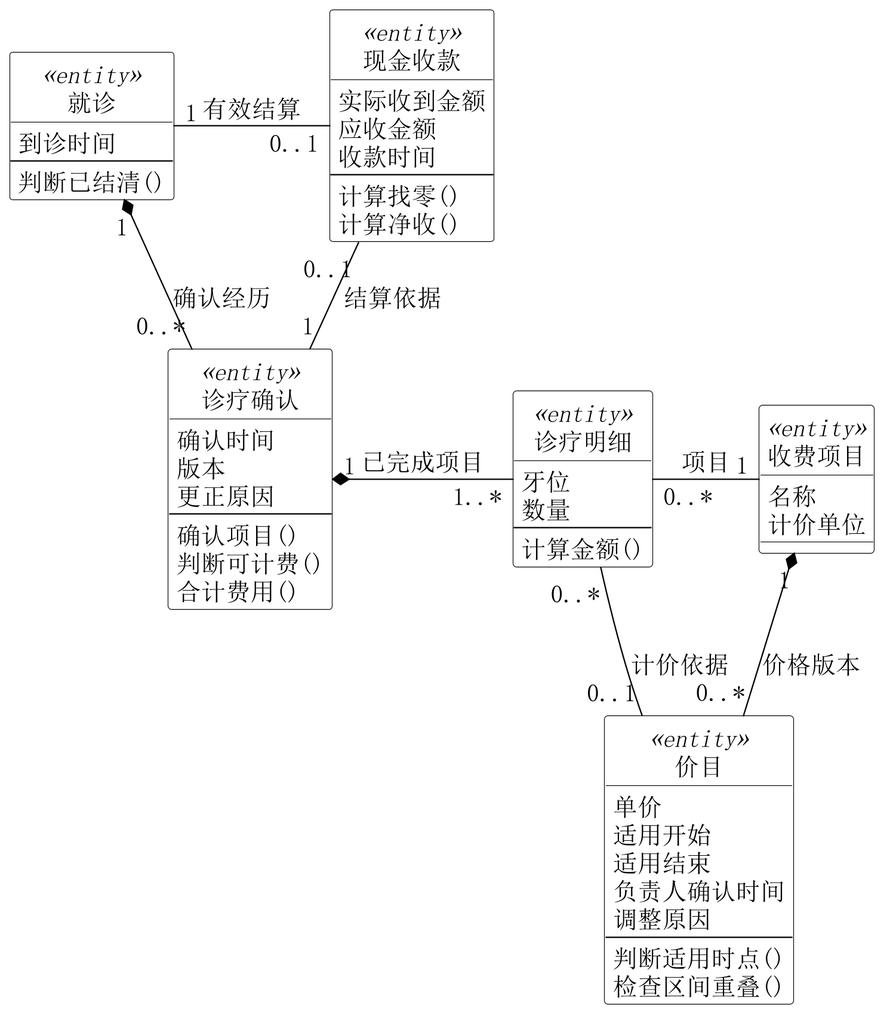
Before: 01-需求文档/diagrams/12-analysis-billing-entities.png, a diagram exported from PlantUML (Shawmc-creator/systemAnalyseAndDesign).
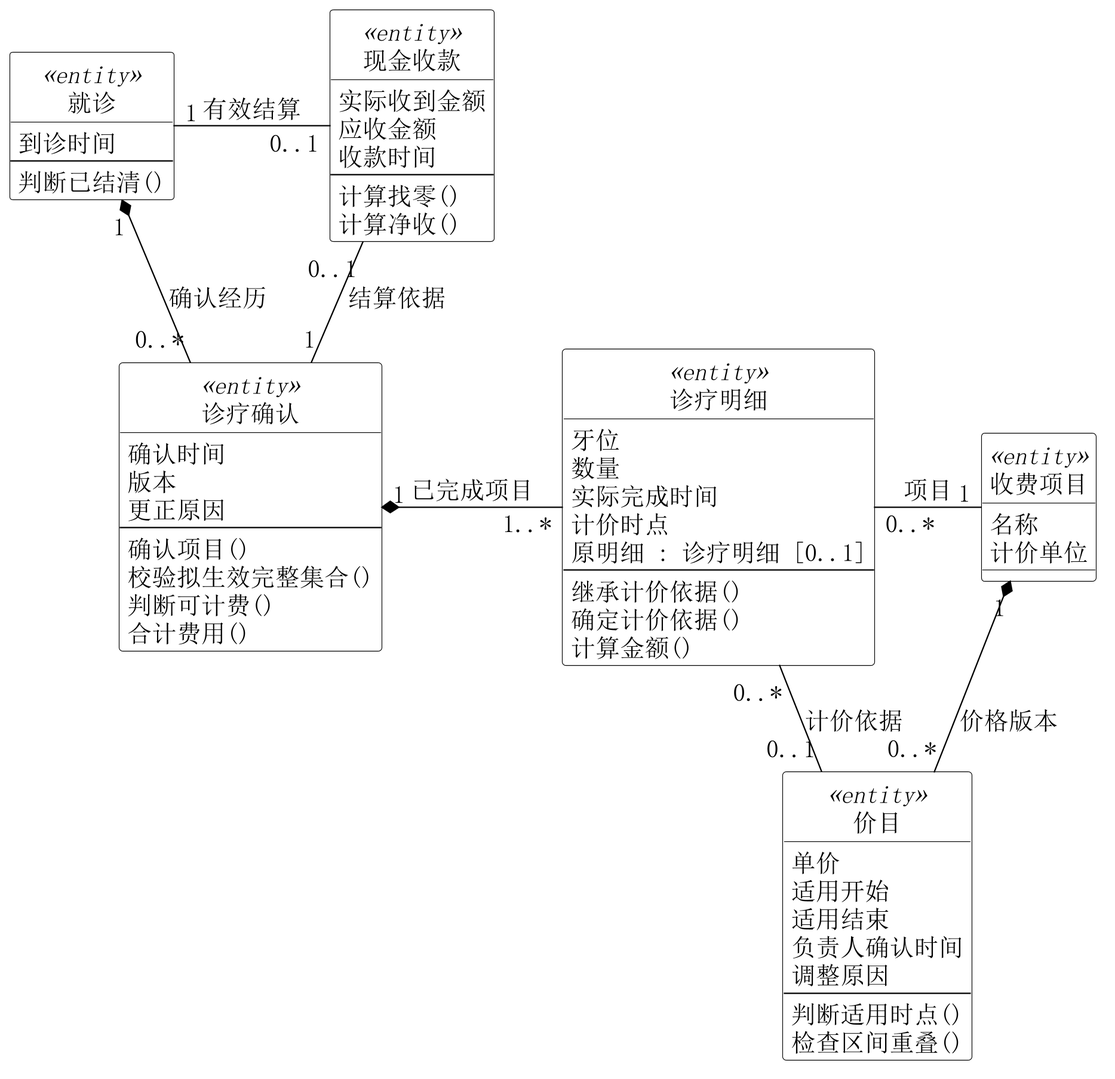
After the commit.

What changed in the source:
```diff
@@ -26,13 +26,19 @@
  更正原因
  --
  确认项目()
+ 校验拟生效完整集合()
  判断可计费()
  合计费用()
 }
 class "诊疗明细" as Item <<entity>> {
  牙位
  数量
+ 实际完成时间
+ 计价时点
+ 原明细 : 诊疗明细 [0..1]
  --
+ 继承计价依据()
+ 确定计价依据()
  计算金额()
 }
 class "收费项目" as Service <<entity>> {
```
